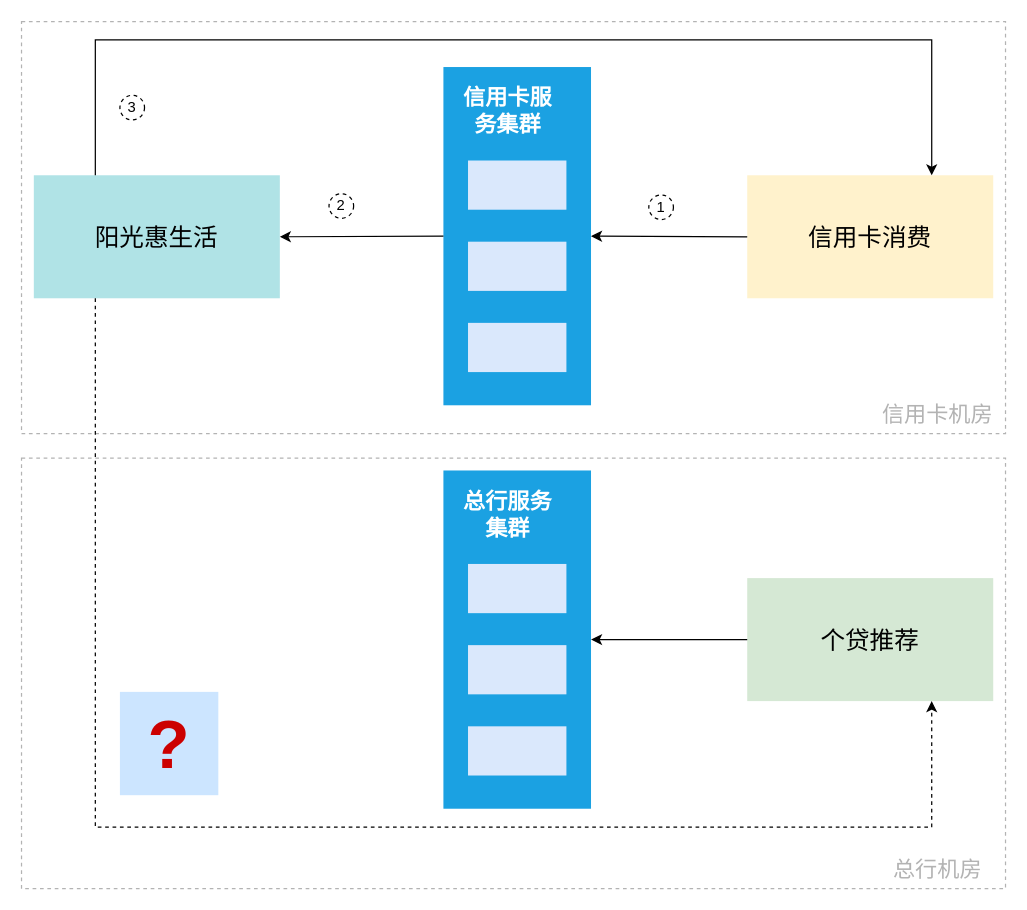
This is page "目标" (1 of 12) of design/ppt/human/图片集.drawio from thinwind/ebnas, a draw.io file, before an edit. Source tidied: cells renumbered, new cells numbered last; positions are measured from the earlier drawing's top-left corner, leaving out a move shared by most shapes. Both pictures are drawn from the tidied source at 123%, with x=0, y=0 at pixel (21, 21).
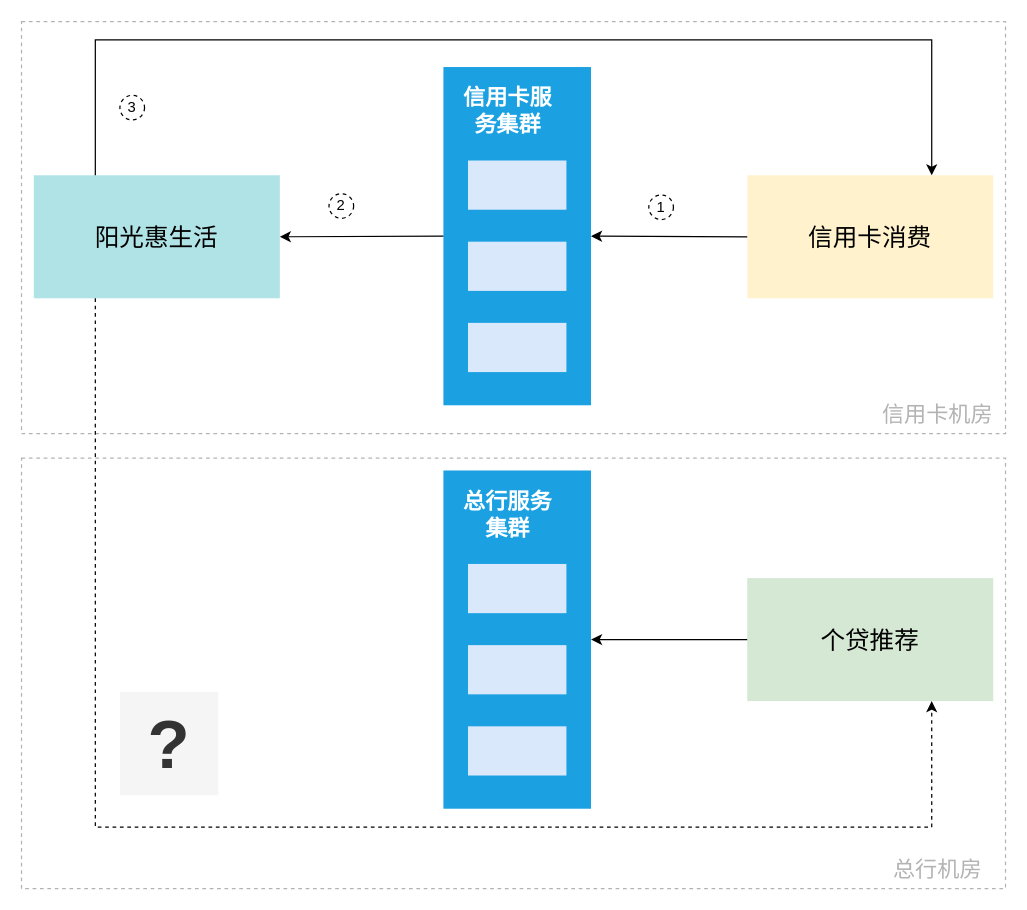
After the change.

The edit, as a diff of the source:
```diff
@@
-    <mxCell id="17" value="&lt;font style=&quot;font-size: 56px;&quot;&gt;&lt;b style=&quot;font-size: 56px;&quot;&gt;?&lt;/b&gt;&lt;/font&gt;" style="text;html=1;strokeColor=none;fillColor=#cce5ff;align=center;verticalAlign=middle;whiteSpace=wrap;rounded=0;labelBorderColor=none;fontSize=56;fontColor=#CC0000;" parent="1" vertex="1">
+    <mxCell id="17" value="&lt;font style=&quot;font-size: 56px;&quot;&gt;&lt;b style=&quot;font-size: 56px;&quot;&gt;?&lt;/b&gt;&lt;/font&gt;" style="text;html=1;strokeColor=none;fillColor=#f5f5f5;align=center;verticalAlign=middle;whiteSpace=wrap;rounded=0;labelBorderColor=none;fontSize=56;fontColor=#333333;" parent="1" vertex="1">
       <mxGeometry x="80" y="545" width="80" height="84" as="geometry" />
     </mxCell>
```
